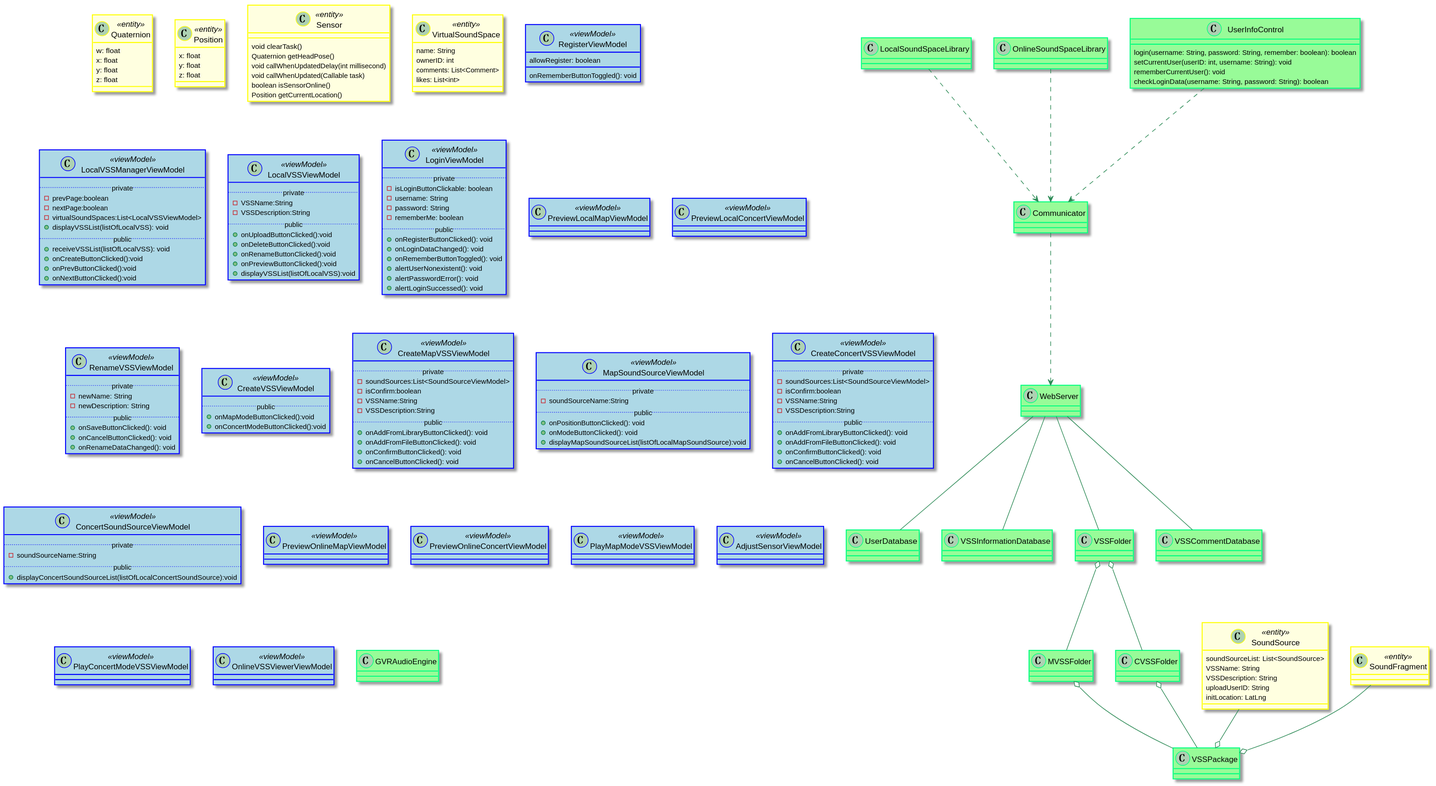
The PlantUML diagram 设计/Diagrams/ClassDiagram.svg in kpp19920121/doc, before a commit.
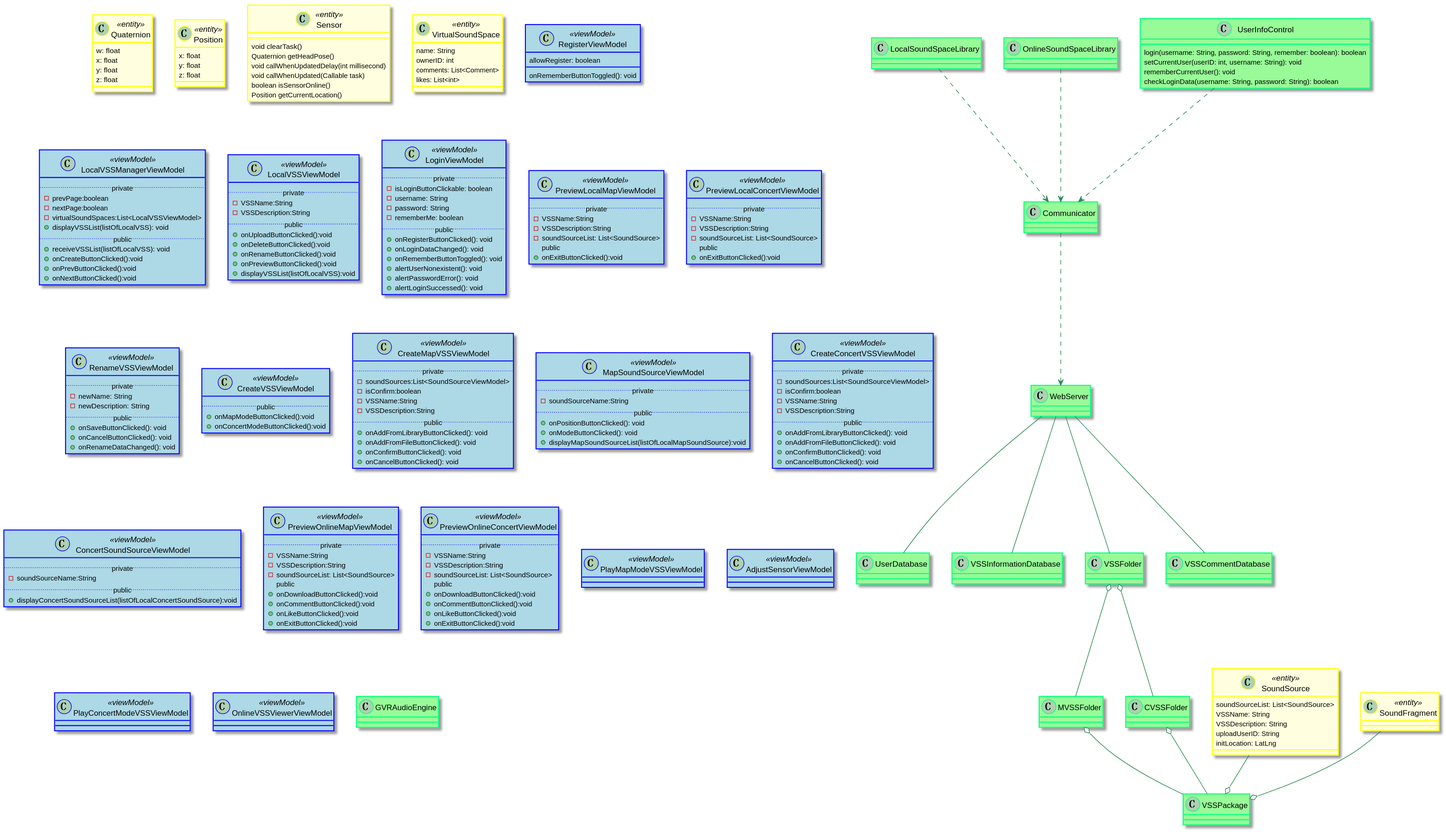
The same diagram one commit later.

Diff of the diagram source:
```diff
@@ -100,10 +100,20 @@
 }
 
 class PreviewLocalMapViewModel <<viewModel>> {
-
+	..private..
+  - VSSName:String
+  - VSSDescription:String
+	- soundSourceList: List<SoundSource>
+  ..public..
+  +onExitButtonClicked():void
 }
 class PreviewLocalConcertViewModel <<viewModel>> {
-
+	..private..
+  - VSSName:String
+  - VSSDescription:String
+	- soundSourceList: List<SoundSource>
+  ..public..
+  +onExitButtonClicked():void
 }
 
 class RenameVSSViewModel <<viewModel>> {
@@ -160,10 +170,26 @@
   +displayConcertSoundSourceList(listOfLocalConcertSoundSource):void
 }
 class PreviewOnlineMapViewModel <<viewModel>> {
-
+	..private..
+  - VSSName:String
+  - VSSDescription:String
+	- soundSourceList: List<SoundSource>
+  ..public..
+  +onDownloadButtonClicked():void
+  +onCommentButtonClicked():void
+  +onLikeButtonClicked():void
+  +onExitButtonClicked():void
 }
 class PreviewOnlineConcertViewModel <<viewModel>> {
-
+	..private..
+  - VSSName:String
+  - VSSDescription:String
+	- soundSourceList: List<SoundSource>
+  ..public..
+  +onDownloadButtonClicked():void
+  +onCommentButtonClicked():void
+  +onLikeButtonClicked():void
+  +onExitButtonClicked():void
 }
 class PlayMapModeVSSViewModel <<viewModel>> {
 
```
